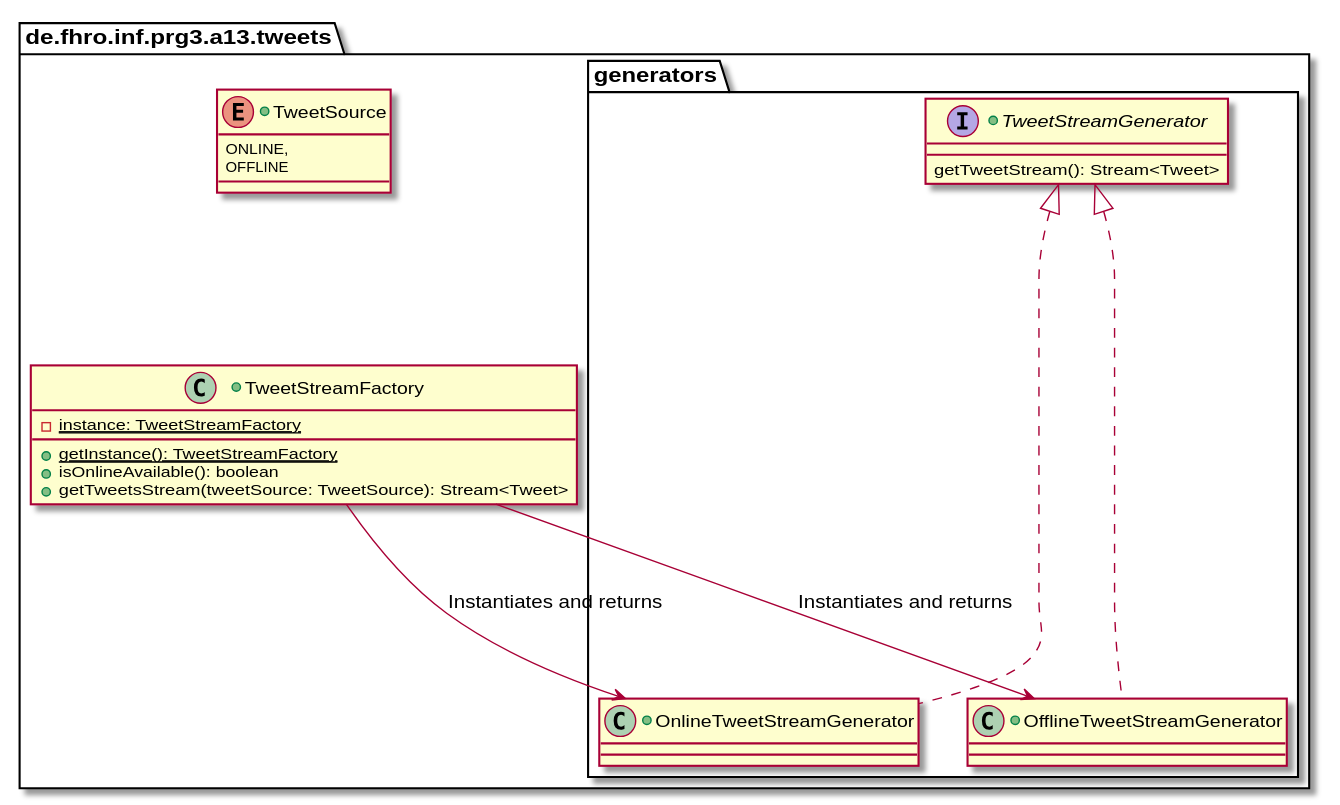
Earlier version of the PlantUML export assets/images/GeneratorSpec.svg (studlinnth6233/13-map-reduce-collect).
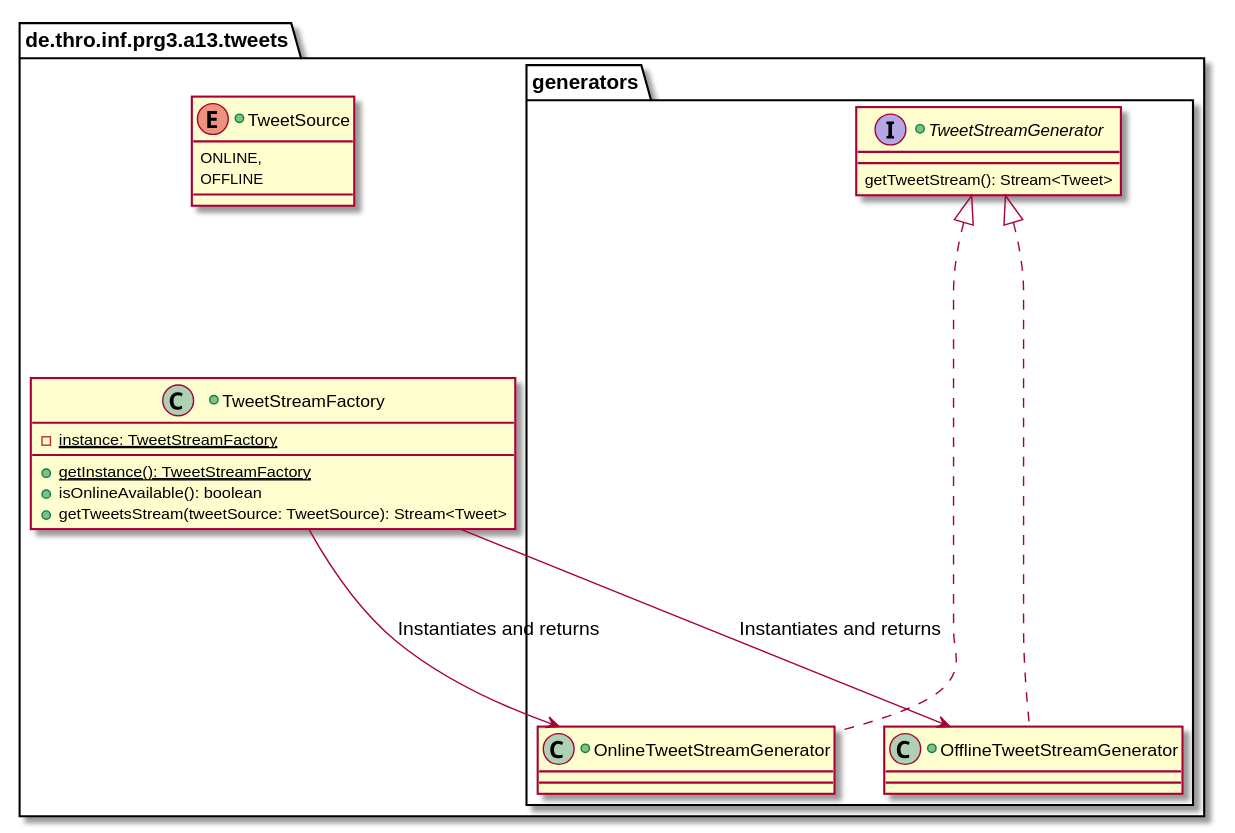
After the commit.

Commit message:
Updated FHRO strings to THRO

Change to the diagram source:
```diff
@@ -1,6 +1,6 @@
 @startuml GeneratorSpec
 
-package de.fhro.inf.prg3.a13.tweets {
+package de.thro.inf.prg3.a13.tweets {
 
         +class TweetStreamFactory {
                 -{static}instance: TweetStreamFactory
```
